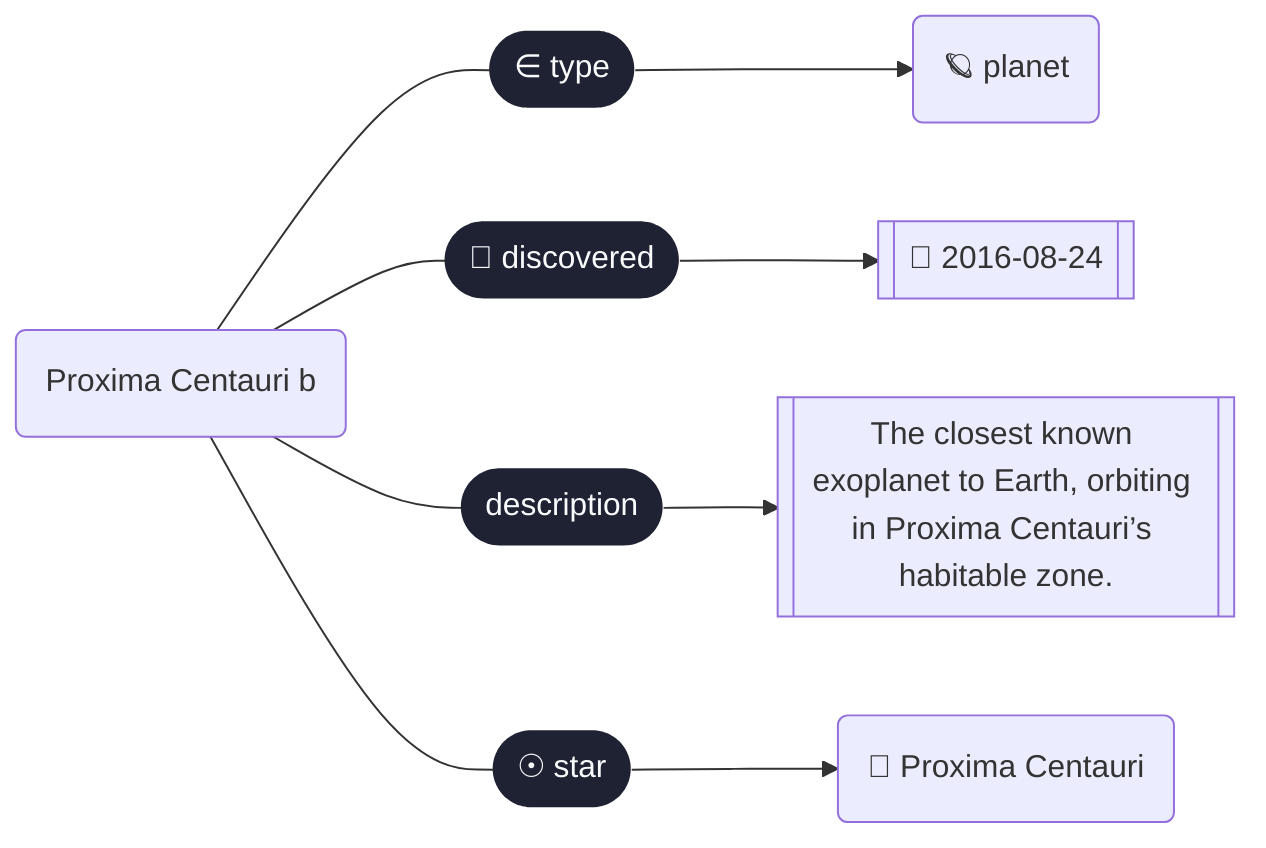
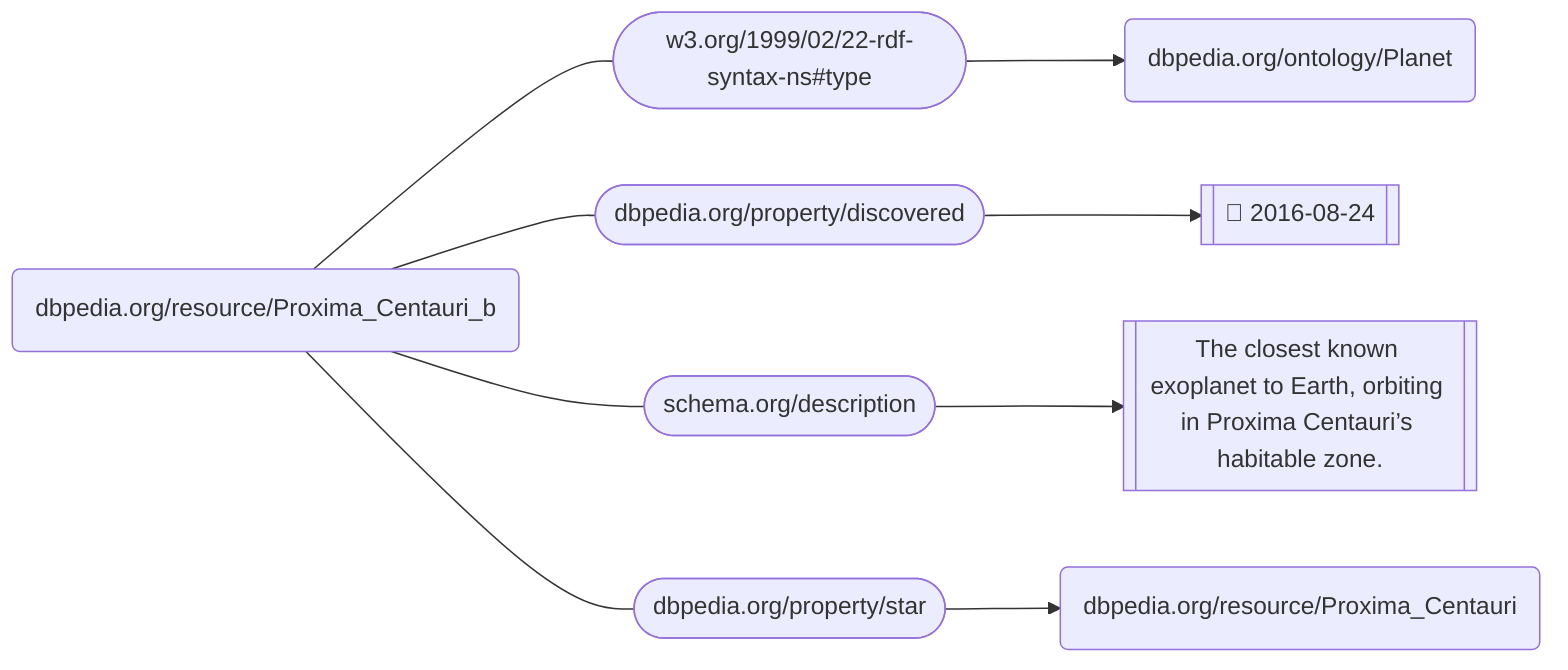
graph LR
-   http___dbpedia_org_resource_Proxima_Centauri_b("Proxima Centauri b")
+   http___dbpedia_org_resource_Proxima_Centauri_b("dbpedia.org/resource/Proxima_Centauri_b")
  click http___dbpedia_org_resource_Proxima_Centauri_b "http://dbpedia.org/resource/Proxima_Centauri_b"
-   http___dbpedia_org_ontology_Planet("🪐 planet")
+   http___dbpedia_org_ontology_Planet("dbpedia.org/ontology/Planet")
  click http___dbpedia_org_ontology_Planet "http://dbpedia.org/ontology/Planet"
  Literal_27f67571cab3[["📅 2016-08-24"]]
  Literal_60f6527b948d[["The closest known exoplanet to Earth, orbiting in Proxima Centauri’s habitable zone."]]
-   http___dbpedia_org_resource_Proxima_Centauri("🔴 Proxima Centauri")
+   http___dbpedia_org_resource_Proxima_Centauri("dbpedia.org/resource/Proxima_Centauri")
  click http___dbpedia_org_resource_Proxima_Centauri "http://dbpedia.org/resource/Proxima_Centauri"
-   http___dbpedia_org_resource_Proxima_Centauri_b --- Edge_540e00cae247(["∈ type"])--> http___dbpedia_org_ontology_Planet
+   http___dbpedia_org_resource_Proxima_Centauri_b --- Edge_540e00cae247(["w3.org/1999/02/22-rdf-syntax-ns#type"])--> http___dbpedia_org_ontology_Planet
  click Edge_540e00cae247 "http://www.w3.org/1999/02/22-rdf-syntax-ns#type"
-   http___dbpedia_org_resource_Proxima_Centauri_b --- Edge_a0efd4f3aa3e(["📅 discovered"])--> Literal_27f67571cab3
+   http___dbpedia_org_resource_Proxima_Centauri_b --- Edge_a0efd4f3aa3e(["dbpedia.org/property/discovered"])--> Literal_27f67571cab3
  click Edge_a0efd4f3aa3e "http://dbpedia.org/property/discovered"
-   http___dbpedia_org_resource_Proxima_Centauri_b --- Edge_29580035684f(["description"])--> Literal_60f6527b948d
+   http___dbpedia_org_resource_Proxima_Centauri_b --- Edge_29580035684f(["schema.org/description"])--> Literal_60f6527b948d
  click Edge_29580035684f "https://schema.org/description"
-   http___dbpedia_org_resource_Proxima_Centauri_b --- Edge_d03b11f4404f(["☉ star"])--> http___dbpedia_org_resource_Proxima_Centauri
+   http___dbpedia_org_resource_Proxima_Centauri_b --- Edge_d03b11f4404f(["dbpedia.org/property/star"])--> http___dbpedia_org_resource_Proxima_Centauri
  click Edge_d03b11f4404f "http://dbpedia.org/property/star"
  classDef predicate fill:#1f2233,stroke:transparent,color:#f8fafc,stroke-width:0px;
  classDef hidden fill:transparent,stroke:transparent,color:transparent,stroke-width:0px;
  classDef nanopubdot fill:#0f172a,stroke:#0f172a,color:transparent,stroke-width:2px;
  classDef transparent fill:transparent,stroke:transparent,color:transparent,stroke-width:0px;
-   class Edge_540e00cae247,Edge_a0efd4f3aa3e,Edge_29580035684f,Edge_d03b11f4404f predicate
+ 
